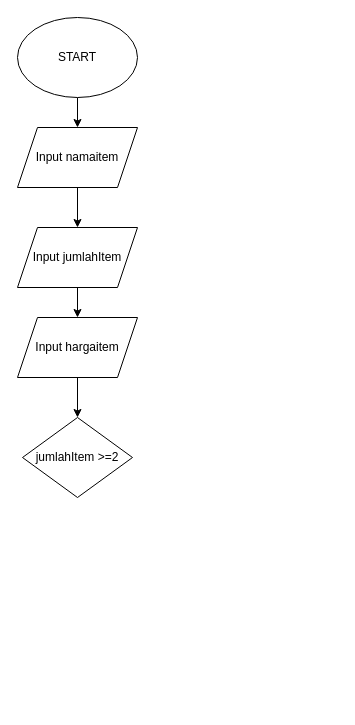
Earlier version of the draw.io diagram Flowchart.drawio (YabesMaychel-2007113801/Yabes_Maychel-Mesin_Kasir). Source tidied: cells renumbered, new cells numbered last; positions are measured from the earlier drawing's top-left corner, leaving out a move shared by most shapes. Both pictures are drawn from the tidied source at 100%, with x=0, y=0 at pixel (17, 17).
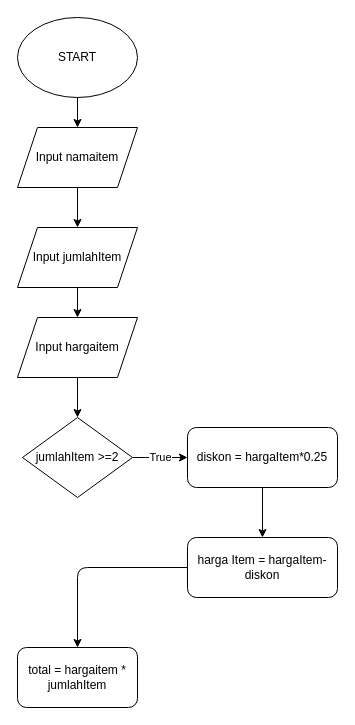
The same page after the edit.

Commit message:
Kondisi jika jawaban true atau benar

Change to the diagram source:
```diff
@@
 <mxGraphModel>
   <root>
     <mxCell id="0" />
     <mxCell id="1" parent="0" />
     <mxCell id="2" style="edgeStyle=none;html=1;" parent="1" edge="1" source="3" target="5">
       <mxGeometry relative="1" as="geometry" />
     </mxCell>
     <mxCell id="3" value="START" style="ellipse;whiteSpace=wrap;html=1;" parent="1" vertex="1">
       <mxGeometry width="120" height="80" as="geometry" />
     </mxCell>
     <mxCell id="4" style="edgeStyle=none;html=1;" parent="1" edge="1" source="5" target="7">
       <mxGeometry relative="1" as="geometry" />
     </mxCell>
     <mxCell id="5" value="Input namaitem" style="shape=parallelogram;perimeter=parallelogramPerimeter;whiteSpace=wrap;html=1;fixedSize=1;" parent="1" vertex="1">
       <mxGeometry y="110" width="120" height="60" as="geometry" />
     </mxCell>
     <mxCell id="6" style="edgeStyle=none;html=1;" parent="1" edge="1" source="7" target="9">
       <mxGeometry relative="1" as="geometry" />
     </mxCell>
     <mxCell id="7" value="Input jumlahItem" style="shape=parallelogram;perimeter=parallelogramPerimeter;whiteSpace=wrap;html=1;fixedSize=1;" parent="1" vertex="1">
       <mxGeometry y="210" width="120" height="60" as="geometry" />
     </mxCell>
     <mxCell id="8" style="edgeStyle=none;html=1;" parent="1" edge="1" source="9" target="10">
       <mxGeometry relative="1" as="geometry" />
     </mxCell>
     <mxCell id="9" value="Input hargaitem" style="shape=parallelogram;perimeter=parallelogramPerimeter;whiteSpace=wrap;html=1;fixedSize=1;" parent="1" vertex="1">
       <mxGeometry y="300" width="120" height="60" as="geometry" />
     </mxCell>
+    <mxCell id="11" value="True" style="edgeStyle=none;html=1;" parent="1" edge="1" source="10" target="13">
+      <mxGeometry relative="1" as="geometry" />
+    </mxCell>
     <mxCell id="10" value="jumlahItem &amp;gt;=2" style="rhombus;whiteSpace=wrap;html=1;" parent="1" vertex="1">
       <mxGeometry x="5" y="400" width="110" height="80" as="geometry" />
     </mxCell>
+    <mxCell id="12" style="edgeStyle=none;html=1;" parent="1" edge="1" source="13" target="15">
+      <mxGeometry relative="1" as="geometry" />
+    </mxCell>
+    <mxCell id="13" value="diskon = hargaItem*0.25" style="rounded=1;whiteSpace=wrap;html=1;" parent="1" vertex="1">
+      <mxGeometry x="170" y="410" width="150" height="60" as="geometry" />
+    </mxCell>
+    <mxCell id="14" style="edgeStyle=none;html=1;exitX=0;exitY=0.5;exitDx=0;exitDy=0;entryX=0.5;entryY=0;entryDx=0;entryDy=0;" parent="1" edge="1" source="15" target="16">
+      <mxGeometry relative="1" as="geometry">
+        <Array as="points">
+          <mxPoint x="60" y="550" />
+        </Array>
+      </mxGeometry>
+    </mxCell>
+    <mxCell id="15" value="harga Item = hargaItem-diskon" style="rounded=1;whiteSpace=wrap;html=1;" parent="1" vertex="1">
+      <mxGeometry x="170" y="520" width="150" height="60" as="geometry" />
+    </mxCell>
+    <mxCell id="16" value="total = hargaitem * jumlahItem" style="rounded=1;whiteSpace=wrap;html=1;" parent="1" vertex="1">
+      <mxGeometry y="630" width="120" height="60" as="geometry" />
+    </mxCell>
   </root>
 </mxGraphModel>
```
